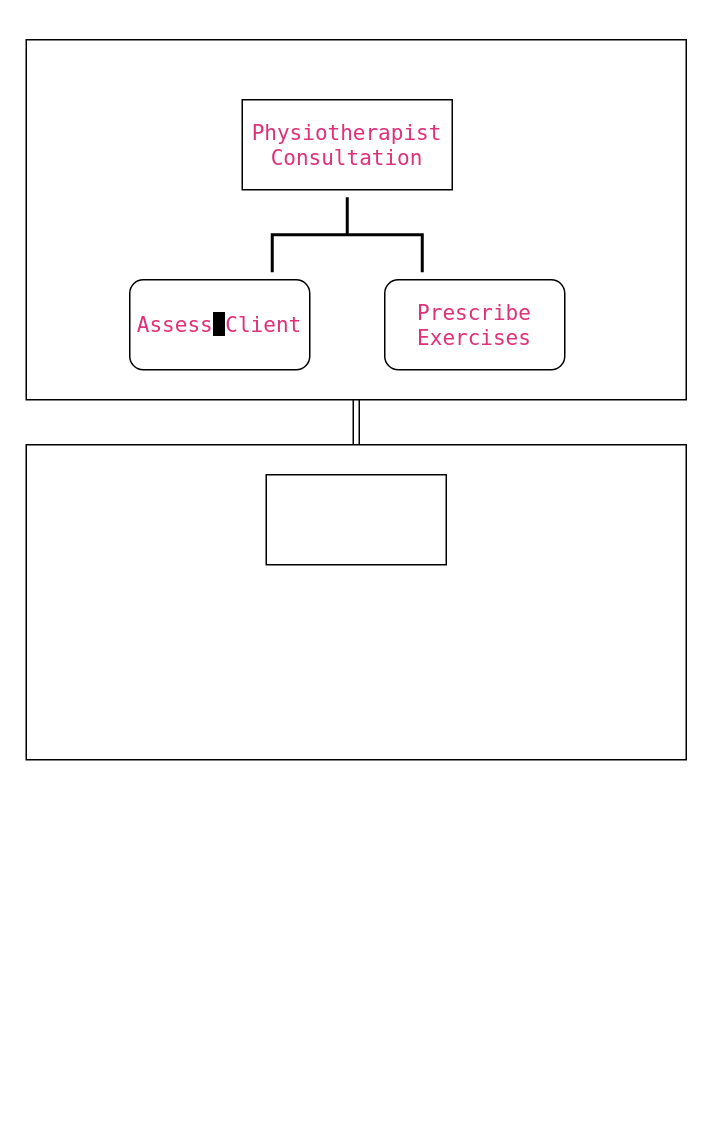
Earlier version of the draw.io diagram Untitled Diagram.drawio (ecce75/T3mplate). Source tidied: cells renumbered, new cells numbered last; positions are measured from the earlier drawing's top-left corner, leaving out a move shared by most shapes. Both pictures are drawn from the tidied source at 150%, with x=0, y=0 at pixel (26, 39).
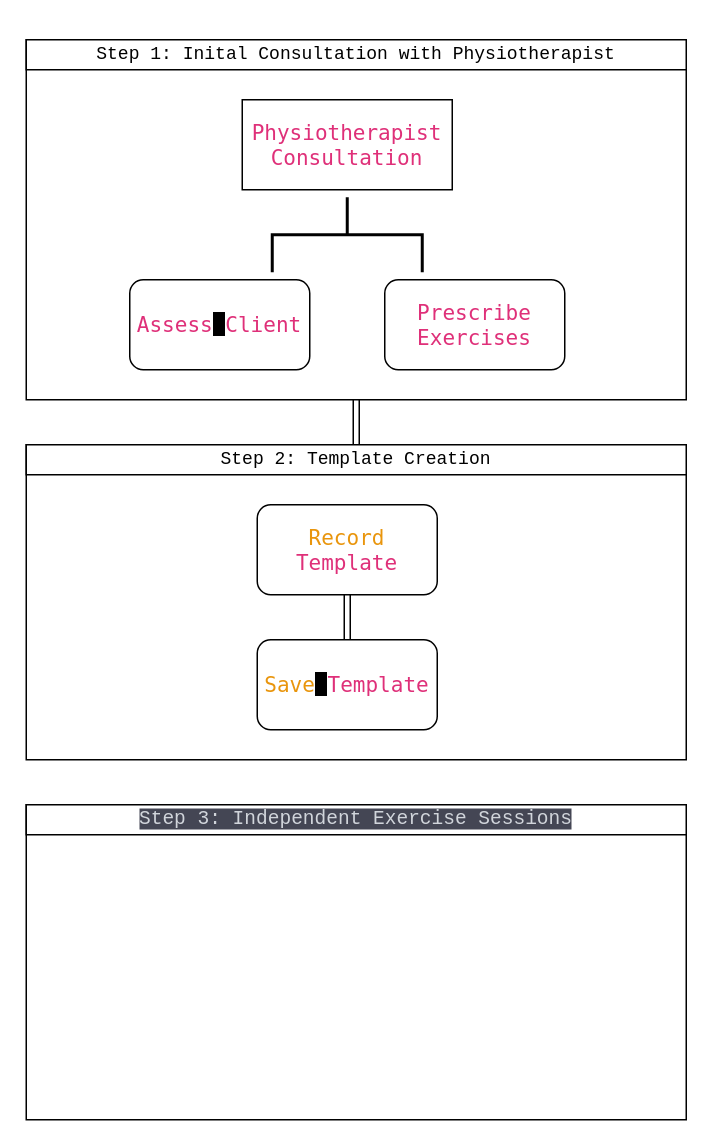
After the change.

What changed in the source:
```diff
@@
 <mxGraphModel>
   <root>
     <mxCell id="0" />
     <mxCell id="1" parent="0" />
     <mxCell id="2" style="rounded=0;whiteSpace=wrap;html=1;" parent="1" vertex="1">
       <mxGeometry width="440" height="240" as="geometry" />
     </mxCell>
     <mxCell id="3" value="&lt;span style=&quot;font-style: normal; font-variant-caps: normal; font-weight: 400; letter-spacing: normal; text-indent: 0px; text-transform: none; word-spacing: 0px; -webkit-text-stroke-width: 0px; text-decoration: none; border: 0px solid rgb(217, 217, 227); box-sizing: border-box; color: rgb(223, 48, 121); font-family: &amp;quot;Söhne Mono&amp;quot;, Monaco, &amp;quot;Andale Mono&amp;quot;, &amp;quot;Ubuntu Mono&amp;quot;, monospace; font-size: 14px; text-align: left;&quot; class=&quot;hljs-variable&quot;&gt;Physiotherapist&lt;/span&gt;&lt;span style=&quot;font-style: normal; font-variant-caps: normal; font-weight: 400; letter-spacing: normal; text-indent: 0px; text-transform: none; word-spacing: 0px; -webkit-text-stroke-width: 0px; text-decoration: none; caret-color: rgb(255, 255, 255); color: rgb(255, 255, 255); font-family: &amp;quot;Söhne Mono&amp;quot;, Monaco, &amp;quot;Andale Mono&amp;quot;, &amp;quot;Ubuntu Mono&amp;quot;, monospace; font-size: 14px; text-align: left; background-color: rgb(0, 0, 0); float: none; display: inline !important;&quot;&gt; &lt;/span&gt;&lt;span style=&quot;font-style: normal; font-variant-caps: normal; font-weight: 400; letter-spacing: normal; text-indent: 0px; text-transform: none; word-spacing: 0px; -webkit-text-stroke-width: 0px; text-decoration: none; border: 0px solid rgb(217, 217, 227); box-sizing: border-box; color: rgb(223, 48, 121); font-family: &amp;quot;Söhne Mono&amp;quot;, Monaco, &amp;quot;Andale Mono&amp;quot;, &amp;quot;Ubuntu Mono&amp;quot;, monospace; font-size: 14px; text-align: left;&quot; class=&quot;hljs-variable&quot;&gt;Consultation&lt;/span&gt;" style="rounded=0;whiteSpace=wrap;html=1;" parent="1" vertex="1">
       <mxGeometry x="144" y="40" width="140" height="60" as="geometry" />
     </mxCell>
     <mxCell id="4" style="strokeWidth=2;html=1;shape=mxgraph.flowchart.annotation_2;align=left;labelPosition=right;rotation=90;" parent="1" vertex="1">
       <mxGeometry x="189" y="80" width="50" height="100" as="geometry" />
     </mxCell>
     <mxCell id="5" value="&lt;span style=&quot;font-style: normal; font-variant-caps: normal; font-weight: 400; letter-spacing: normal; text-indent: 0px; text-transform: none; word-spacing: 0px; -webkit-text-stroke-width: 0px; text-decoration: none; border: 0px solid rgb(217, 217, 227); box-sizing: border-box; color: rgb(223, 48, 121); font-family: &amp;quot;Söhne Mono&amp;quot;, Monaco, &amp;quot;Andale Mono&amp;quot;, &amp;quot;Ubuntu Mono&amp;quot;, monospace; font-size: 14px; text-align: left;&quot; class=&quot;hljs-variable&quot;&gt;Prescribe&lt;/span&gt;&lt;span style=&quot;font-style: normal; font-variant-caps: normal; font-weight: 400; letter-spacing: normal; text-indent: 0px; text-transform: none; word-spacing: 0px; -webkit-text-stroke-width: 0px; text-decoration: none; caret-color: rgb(255, 255, 255); color: rgb(255, 255, 255); font-family: &amp;quot;Söhne Mono&amp;quot;, Monaco, &amp;quot;Andale Mono&amp;quot;, &amp;quot;Ubuntu Mono&amp;quot;, monospace; font-size: 14px; text-align: left; background-color: rgb(0, 0, 0); float: none; display: inline !important;&quot;&gt; &lt;/span&gt;&lt;span style=&quot;font-style: normal; font-variant-caps: normal; font-weight: 400; letter-spacing: normal; text-indent: 0px; text-transform: none; word-spacing: 0px; -webkit-text-stroke-width: 0px; text-decoration: none; border: 0px solid rgb(217, 217, 227); box-sizing: border-box; color: rgb(223, 48, 121); font-family: &amp;quot;Söhne Mono&amp;quot;, Monaco, &amp;quot;Andale Mono&amp;quot;, &amp;quot;Ubuntu Mono&amp;quot;, monospace; font-size: 14px; text-align: left;&quot; class=&quot;hljs-variable&quot;&gt;Exercises&lt;/span&gt;&lt;span style=&quot;font-style: normal; font-variant-caps: normal; font-weight: 400; letter-spacing: normal; text-indent: 0px; text-transform: none; word-spacing: 0px; -webkit-text-stroke-width: 0px; text-decoration: none; caret-color: rgb(255, 255, 255); color: rgb(255, 255, 255); font-family: &amp;quot;Söhne Mono&amp;quot;, Monaco, &amp;quot;Andale Mono&amp;quot;, &amp;quot;Ubuntu Mono&amp;quot;, monospace; font-size: 14px; text-align: left; background-color: rgb(0, 0, 0); float: none; display: inline !important;&quot;&gt; &lt;/span&gt;" style="rounded=1;whiteSpace=wrap;html=1;" parent="1" vertex="1">
       <mxGeometry x="239" y="160" width="120" height="60" as="geometry" />
     </mxCell>
     <mxCell id="6" value="&lt;span style=&quot;font-style: normal; font-variant-caps: normal; font-weight: 400; letter-spacing: normal; text-indent: 0px; text-transform: none; word-spacing: 0px; -webkit-text-stroke-width: 0px; text-decoration: none; border: 0px solid rgb(217, 217, 227); box-sizing: border-box; color: rgb(223, 48, 121); font-family: &amp;quot;Söhne Mono&amp;quot;, Monaco, &amp;quot;Andale Mono&amp;quot;, &amp;quot;Ubuntu Mono&amp;quot;, monospace; font-size: 14px; text-align: left;&quot; class=&quot;hljs-variable&quot;&gt;Assess&lt;/span&gt;&lt;span style=&quot;font-style: normal; font-variant-caps: normal; font-weight: 400; letter-spacing: normal; text-indent: 0px; text-transform: none; word-spacing: 0px; -webkit-text-stroke-width: 0px; text-decoration: none; caret-color: rgb(255, 255, 255); color: rgb(255, 255, 255); font-family: &amp;quot;Söhne Mono&amp;quot;, Monaco, &amp;quot;Andale Mono&amp;quot;, &amp;quot;Ubuntu Mono&amp;quot;, monospace; font-size: 14px; text-align: left; background-color: rgb(0, 0, 0); float: none; display: inline !important;&quot;&gt; &lt;/span&gt;&lt;span style=&quot;font-style: normal; font-variant-caps: normal; font-weight: 400; letter-spacing: normal; text-indent: 0px; text-transform: none; word-spacing: 0px; -webkit-text-stroke-width: 0px; text-decoration: none; border: 0px solid rgb(217, 217, 227); box-sizing: border-box; color: rgb(223, 48, 121); font-family: &amp;quot;Söhne Mono&amp;quot;, Monaco, &amp;quot;Andale Mono&amp;quot;, &amp;quot;Ubuntu Mono&amp;quot;, monospace; font-size: 14px; text-align: left;&quot; class=&quot;hljs-variable&quot;&gt;Client&lt;/span&gt;&lt;span style=&quot;font-style: normal; font-variant-caps: normal; font-weight: 400; letter-spacing: normal; text-indent: 0px; text-transform: none; word-spacing: 0px; -webkit-text-stroke-width: 0px; text-decoration: none; caret-color: rgb(255, 255, 255); color: rgb(255, 255, 255); font-family: &amp;quot;Söhne Mono&amp;quot;, Monaco, &amp;quot;Andale Mono&amp;quot;, &amp;quot;Ubuntu Mono&amp;quot;, monospace; font-size: 14px; text-align: left; background-color: rgb(0, 0, 0); float: none; display: inline !important;&quot;&gt; &lt;/span&gt;" style="rounded=1;whiteSpace=wrap;html=1;" parent="1" vertex="1">
       <mxGeometry x="69" y="160" width="120" height="60" as="geometry" />
     </mxCell>
     <mxCell id="7" style="shape=link;html=1;rounded=0;entryX=0.5;entryY=1;entryDx=0;entryDy=0;" parent="1" edge="1" target="2">
       <mxGeometry relative="1" as="geometry">
         <mxPoint x="220" y="270" as="sourcePoint" />
       </mxGeometry>
     </mxCell>
     <mxCell id="8" style="rounded=0;whiteSpace=wrap;html=1;" parent="1" vertex="1">
       <mxGeometry y="270" width="440" height="210" as="geometry" />
     </mxCell>
-    <mxCell id="9" style="rounded=0;whiteSpace=wrap;html=1;" parent="1" vertex="1">
-      <mxGeometry x="160" y="290" width="120" height="60" as="geometry" />
-    </mxCell>
+    <mxCell id="10" value="&lt;pre&gt;Step 1: Inital Consultation with Physiotherapist&lt;/pre&gt;" style="rounded=0;whiteSpace=wrap;html=1;" parent="1" vertex="1">
+      <mxGeometry width="440" height="20" as="geometry" />
+    </mxCell>
+    <mxCell id="11" value="&lt;pre&gt;Step 2: Template Creation&lt;/pre&gt;" style="rounded=0;whiteSpace=wrap;html=1;" parent="1" vertex="1">
+      <mxGeometry y="270" width="440" height="20" as="geometry" />
+    </mxCell>
+    <mxCell id="12" value="&lt;span style=&quot;border: 0px solid rgb(217, 217, 227); box-sizing: border-box; --tw-border-spacing-x: 0; --tw-border-spacing-y: 0; --tw-translate-x: 0; --tw-translate-y: 0; --tw-rotate: 0; --tw-skew-x: 0; --tw-skew-y: 0; --tw-scale-x: 1; --tw-scale-y: 1; --tw-pan-x: ; --tw-pan-y: ; --tw-pinch-zoom: ; --tw-scroll-snap-strictness: proximity; --tw-gradient-from-position: ; --tw-gradient-via-position: ; --tw-gradient-to-position: ; --tw-ordinal: ; --tw-slashed-zero: ; --tw-numeric-figure: ; --tw-numeric-spacing: ; --tw-numeric-fraction: ; --tw-ring-inset: ; --tw-ring-offset-width: 0px; --tw-ring-offset-color: #fff; --tw-ring-color: rgba(69,89,164,0.5); --tw-ring-offset-shadow: 0 0 transparent; --tw-ring-shadow: 0 0 transparent; --tw-shadow: 0 0 transparent; --tw-shadow-colored: 0 0 transparent; --tw-blur: ; --tw-brightness: ; --tw-contrast: ; --tw-grayscale: ; --tw-hue-rotate: ; --tw-invert: ; --tw-saturate: ; --tw-sepia: ; --tw-drop-shadow: ; --tw-backdrop-blur: ; --tw-backdrop-brightness: ; --tw-backdrop-contrast: ; --tw-backdrop-grayscale: ; --tw-backdrop-hue-rotate: ; --tw-backdrop-invert: ; --tw-backdrop-opacity: ; --tw-backdrop-saturate: ; --tw-backdrop-sepia: ; color: rgb(233, 149, 12); font-family: &amp;quot;Söhne Mono&amp;quot;, Monaco, &amp;quot;Andale Mono&amp;quot;, &amp;quot;Ubuntu Mono&amp;quot;, monospace; font-size: 14px; font-style: normal; font-variant-caps: normal; font-weight: 400; letter-spacing: normal; text-align: left; text-indent: 0px; text-transform: none; word-spacing: 0px; -webkit-text-stroke-width: 0px; text-decoration: none;&quot; class=&quot;hljs-built_in&quot;&gt;Record&lt;/span&gt;&lt;span style=&quot;caret-color: rgb(255, 255, 255); color: rgb(255, 255, 255); font-family: &amp;quot;Söhne Mono&amp;quot;, Monaco, &amp;quot;Andale Mono&amp;quot;, &amp;quot;Ubuntu Mono&amp;quot;, monospace; font-size: 14px; font-style: normal; font-variant-caps: normal; font-weight: 400; letter-spacing: normal; text-align: left; text-indent: 0px; text-transform: none; word-spacing: 0px; -webkit-text-stroke-width: 0px; background-color: rgb(0, 0, 0); text-decoration: none; float: none; display: inline !important;&quot;&gt; &lt;/span&gt;&lt;span style=&quot;border: 0px solid rgb(217, 217, 227); box-sizing: border-box; --tw-border-spacing-x: 0; --tw-border-spacing-y: 0; --tw-translate-x: 0; --tw-translate-y: 0; --tw-rotate: 0; --tw-skew-x: 0; --tw-skew-y: 0; --tw-scale-x: 1; --tw-scale-y: 1; --tw-pan-x: ; --tw-pan-y: ; --tw-pinch-zoom: ; --tw-scroll-snap-strictness: proximity; --tw-gradient-from-position: ; --tw-gradient-via-position: ; --tw-gradient-to-position: ; --tw-ordinal: ; --tw-slashed-zero: ; --tw-numeric-figure: ; --tw-numeric-spacing: ; --tw-numeric-fraction: ; --tw-ring-inset: ; --tw-ring-offset-width: 0px; --tw-ring-offset-color: #fff; --tw-ring-color: rgba(69,89,164,0.5); --tw-ring-offset-shadow: 0 0 transparent; --tw-ring-shadow: 0 0 transparent; --tw-shadow: 0 0 transparent; --tw-shadow-colored: 0 0 transparent; --tw-blur: ; --tw-brightness: ; --tw-contrast: ; --tw-grayscale: ; --tw-hue-rotate: ; --tw-invert: ; --tw-saturate: ; --tw-sepia: ; --tw-drop-shadow: ; --tw-backdrop-blur: ; --tw-backdrop-brightness: ; --tw-backdrop-contrast: ; --tw-backdrop-grayscale: ; --tw-backdrop-hue-rotate: ; --tw-backdrop-invert: ; --tw-backdrop-opacity: ; --tw-backdrop-saturate: ; --tw-backdrop-sepia: ; color: rgb(223, 48, 121); font-family: &amp;quot;Söhne Mono&amp;quot;, Monaco, &amp;quot;Andale Mono&amp;quot;, &amp;quot;Ubuntu Mono&amp;quot;, monospace; font-size: 14px; font-style: normal; font-variant-caps: normal; font-weight: 400; letter-spacing: normal; text-align: left; text-indent: 0px; text-transform: none; word-spacing: 0px; -webkit-text-stroke-width: 0px; text-decoration: none;&quot; class=&quot;hljs-variable&quot;&gt;Template&lt;/span&gt;&lt;span style=&quot;caret-color: rgb(255, 255, 255); color: rgb(255, 255, 255); font-family: &amp;quot;Söhne Mono&amp;quot;, Monaco, &amp;quot;Andale Mono&amp;quot;, &amp;quot;Ubuntu Mono&amp;quot;, monospace; font-size: 14px; font-style: normal; font-variant-caps: normal; font-weight: 400; letter-spacing: normal; text-align: left; text-indent: 0px; text-transform: none; word-spacing: 0px; -webkit-text-stroke-width: 0px; background-color: rgb(0, 0, 0); text-decoration: none; float: none; display: inline !important;&quot;&gt; &lt;/span&gt;" style="rounded=1;whiteSpace=wrap;html=1;fontFamily=Helvetica;" parent="1" vertex="1">
+      <mxGeometry x="154" y="310" width="120" height="60" as="geometry" />
+    </mxCell>
+    <mxCell id="13" value="&lt;span style=&quot;border: 0px solid rgb(217, 217, 227); box-sizing: border-box; --tw-border-spacing-x: 0; --tw-border-spacing-y: 0; --tw-translate-x: 0; --tw-translate-y: 0; --tw-rotate: 0; --tw-skew-x: 0; --tw-skew-y: 0; --tw-scale-x: 1; --tw-scale-y: 1; --tw-pan-x: ; --tw-pan-y: ; --tw-pinch-zoom: ; --tw-scroll-snap-strictness: proximity; --tw-gradient-from-position: ; --tw-gradient-via-position: ; --tw-gradient-to-position: ; --tw-ordinal: ; --tw-slashed-zero: ; --tw-numeric-figure: ; --tw-numeric-spacing: ; --tw-numeric-fraction: ; --tw-ring-inset: ; --tw-ring-offset-width: 0px; --tw-ring-offset-color: #fff; --tw-ring-color: rgba(69,89,164,0.5); --tw-ring-offset-shadow: 0 0 transparent; --tw-ring-shadow: 0 0 transparent; --tw-shadow: 0 0 transparent; --tw-shadow-colored: 0 0 transparent; --tw-blur: ; --tw-brightness: ; --tw-contrast: ; --tw-grayscale: ; --tw-hue-rotate: ; --tw-invert: ; --tw-saturate: ; --tw-sepia: ; --tw-drop-shadow: ; --tw-backdrop-blur: ; --tw-backdrop-brightness: ; --tw-backdrop-contrast: ; --tw-backdrop-grayscale: ; --tw-backdrop-hue-rotate: ; --tw-backdrop-invert: ; --tw-backdrop-opacity: ; --tw-backdrop-saturate: ; --tw-backdrop-sepia: ; color: rgb(233, 149, 12); font-family: &amp;quot;Söhne Mono&amp;quot;, Monaco, &amp;quot;Andale Mono&amp;quot;, &amp;quot;Ubuntu Mono&amp;quot;, monospace; font-size: 14px; font-style: normal; font-variant-caps: normal; font-weight: 400; letter-spacing: normal; text-align: left; text-indent: 0px; text-transform: none; word-spacing: 0px; -webkit-text-stroke-width: 0px; text-decoration: none;&quot; class=&quot;hljs-built_in&quot;&gt;Save&lt;/span&gt;&lt;span style=&quot;caret-color: rgb(255, 255, 255); color: rgb(255, 255, 255); font-family: &amp;quot;Söhne Mono&amp;quot;, Monaco, &amp;quot;Andale Mono&amp;quot;, &amp;quot;Ubuntu Mono&amp;quot;, monospace; font-size: 14px; font-style: normal; font-variant-caps: normal; font-weight: 400; letter-spacing: normal; text-align: left; text-indent: 0px; text-transform: none; word-spacing: 0px; -webkit-text-stroke-width: 0px; background-color: rgb(0, 0, 0); text-decoration: none; float: none; display: inline !important;&quot;&gt; &lt;/span&gt;&lt;span style=&quot;border: 0px solid rgb(217, 217, 227); box-sizing: border-box; --tw-border-spacing-x: 0; --tw-border-spacing-y: 0; --tw-translate-x: 0; --tw-translate-y: 0; --tw-rotate: 0; --tw-skew-x: 0; --tw-skew-y: 0; --tw-scale-x: 1; --tw-scale-y: 1; --tw-pan-x: ; --tw-pan-y: ; --tw-pinch-zoom: ; --tw-scroll-snap-strictness: proximity; --tw-gradient-from-position: ; --tw-gradient-via-position: ; --tw-gradient-to-position: ; --tw-ordinal: ; --tw-slashed-zero: ; --tw-numeric-figure: ; --tw-numeric-spacing: ; --tw-numeric-fraction: ; --tw-ring-inset: ; --tw-ring-offset-width: 0px; --tw-ring-offset-color: #fff; --tw-ring-color: rgba(69,89,164,0.5); --tw-ring-offset-shadow: 0 0 transparent; --tw-ring-shadow: 0 0 transparent; --tw-shadow: 0 0 transparent; --tw-shadow-colored: 0 0 transparent; --tw-blur: ; --tw-brightness: ; --tw-contrast: ; --tw-grayscale: ; --tw-hue-rotate: ; --tw-invert: ; --tw-saturate: ; --tw-sepia: ; --tw-drop-shadow: ; --tw-backdrop-blur: ; --tw-backdrop-brightness: ; --tw-backdrop-contrast: ; --tw-backdrop-grayscale: ; --tw-backdrop-hue-rotate: ; --tw-backdrop-invert: ; --tw-backdrop-opacity: ; --tw-backdrop-saturate: ; --tw-backdrop-sepia: ; color: rgb(223, 48, 121); font-family: &amp;quot;Söhne Mono&amp;quot;, Monaco, &amp;quot;Andale Mono&amp;quot;, &amp;quot;Ubuntu Mono&amp;quot;, monospace; font-size: 14px; font-style: normal; font-variant-caps: normal; font-weight: 400; letter-spacing: normal; text-align: left; text-indent: 0px; text-transform: none; word-spacing: 0px; -webkit-text-stroke-width: 0px; text-decoration: none;&quot; class=&quot;hljs-variable&quot;&gt;Template&lt;/span&gt;" style="rounded=1;whiteSpace=wrap;html=1;fontFamily=Helvetica;" parent="1" vertex="1">
+      <mxGeometry x="154" y="400" width="120" height="60" as="geometry" />
+    </mxCell>
+    <mxCell id="14" style="shape=link;html=1;fontFamily=Helvetica;entryX=0.5;entryY=0;entryDx=0;entryDy=0;exitX=0.5;exitY=1;exitDx=0;exitDy=0;" parent="1" edge="1" source="12" target="13">
+      <mxGeometry relative="1" as="geometry" />
+    </mxCell>
+    <mxCell id="15" style="rounded=0;whiteSpace=wrap;html=1;fontFamily=Helvetica;" parent="1" vertex="1">
+      <mxGeometry y="510" width="440" height="210" as="geometry" />
+    </mxCell>
+    <mxCell id="16" value="&lt;pre style=&quot;line-height: 120%;&quot;&gt;&lt;span style=&quot;caret-color: rgb(209, 213, 219); color: rgb(209, 213, 219); font-style: normal; font-variant-caps: normal; font-weight: 400; letter-spacing: normal; text-align: start; text-indent: 0px; text-transform: none; word-spacing: 0px; -webkit-text-stroke-width: 0px; background-color: rgb(68, 70, 84); text-decoration: none; float: none; display: inline !important;&quot;&gt;&lt;font style=&quot;font-size: 13px;&quot;&gt;Step 3: Independent Exercise Sessions&lt;/font&gt;&lt;/span&gt;&lt;/pre&gt;" style="rounded=0;whiteSpace=wrap;html=1;fontFamily=Söhne Mono&quot;, Monaco, &quot;Andale Mono&quot;, &quot;Ubuntu Mono&quot;, monospace;" parent="1" vertex="1">
+      <mxGeometry y="510" width="440" height="20" as="geometry" />
+    </mxCell>
   </root>
 </mxGraphModel>
```
